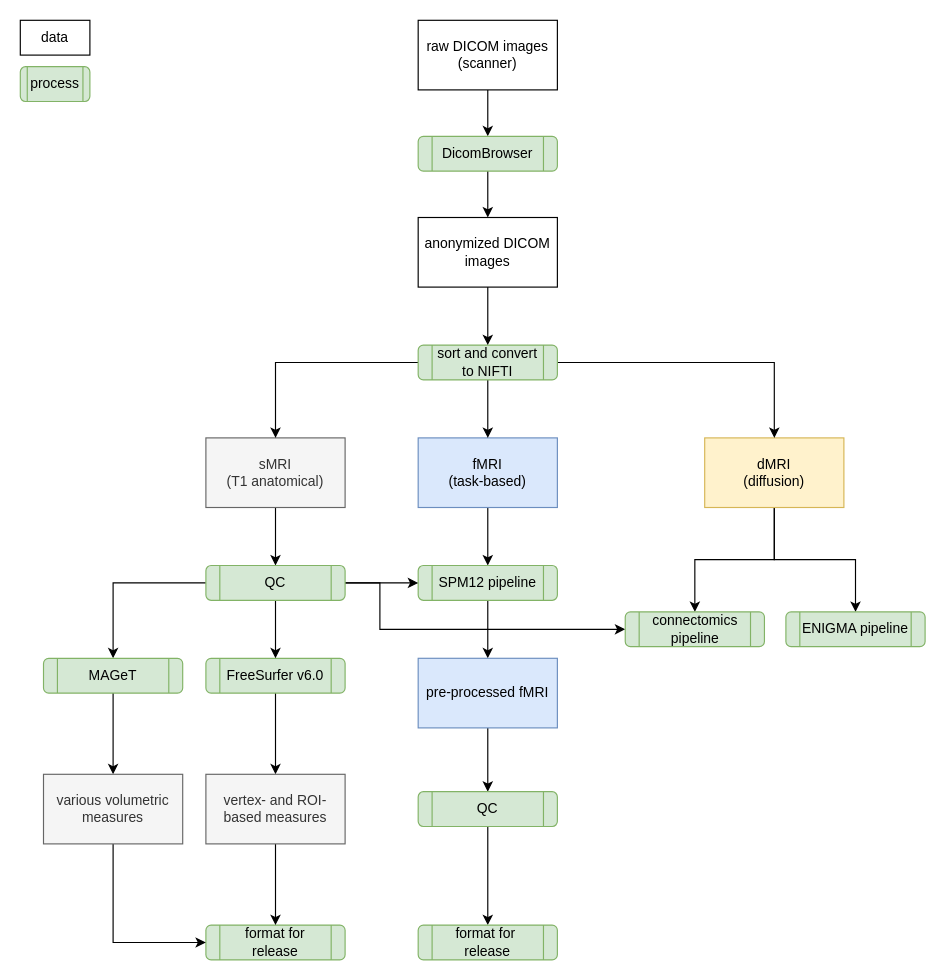
Above: z37.drawio in dcoynel/z37 (draw.io), before the change. Source tidied: cells renumbered, new cells numbered last; positions are measured from the earlier drawing's top-left corner, leaving out a move shared by most shapes. Both pictures are drawn from the tidied source at 116%, with x=0, y=0 at pixel (20, 20).
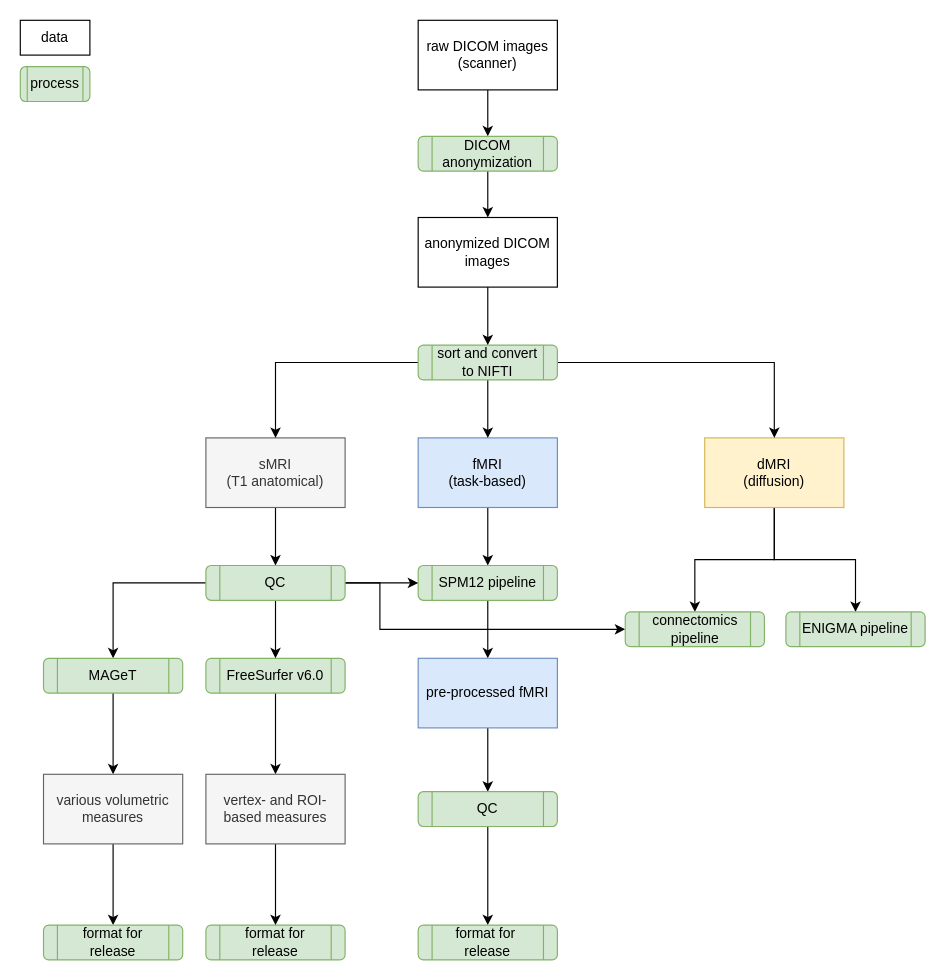
The same page after the edit.

Commit message:
Update z37.drawio - added links to gitlab

Unchanged cells that the change refers to:
```xml
<mxCell id="30" value="format for release" style="shape=process;whiteSpace=wrap;html=1;backgroundOutline=1;rounded=1;shadow=0;glass=0;comic=0;fillColor=#d5e8d4;strokeColor=#82b366;" parent="1" vertex="1">
  <mxGeometry x="160" y="780" width="120" height="30" as="geometry" />
</mxCell>
<mxCell id="43" value="various volumetric measures" style="rounded=0;whiteSpace=wrap;html=1;shadow=0;glass=0;comic=0;fillColor=#f5f5f5;strokeColor=#666666;fontColor=#333333;" parent="1" vertex="1">
  <mxGeometry x="20" y="650" width="120" height="60" as="geometry" />
</mxCell>
```

The edit, as a diff of the source:
```diff
@@
-    <mxCell id="5" value="DicomBrowser" style="shape=process;whiteSpace=wrap;html=1;backgroundOutline=1;rounded=1;shadow=0;glass=0;comic=0;fillColor=#d5e8d4;strokeColor=#82b366;" parent="1" vertex="1">
+    <mxCell id="5" value="DICOM anonymization" style="shape=process;whiteSpace=wrap;html=1;backgroundOutline=1;rounded=1;shadow=0;glass=0;comic=0;fillColor=#d5e8d4;strokeColor=#82b366;" parent="1" vertex="1">
       <mxGeometry x="343" y="100" width="120" height="30" as="geometry" />
     </mxCell>
@@
-    <mxCell id="42" style="edgeStyle=orthogonalEdgeStyle;rounded=0;jettySize=auto;html=1;entryX=0;entryY=0.5;entryDx=0;entryDy=0;" parent="1" edge="1" source="43" target="30">
-      <mxGeometry relative="1" as="geometry">
-        <Array as="points">
-          <mxPoint x="80" y="795" />
-        </Array>
-      </mxGeometry>
-    </mxCell>
+    <mxCell id="44" style="edgeStyle=orthogonalEdgeStyle;rounded=0;jettySize=auto;html=1;" parent="1" edge="1" source="43" target="45">
+      <mxGeometry relative="1" as="geometry" />
+    </mxCell>
@@
+    <mxCell id="45" value="format for release" style="shape=process;whiteSpace=wrap;html=1;backgroundOutline=1;rounded=1;shadow=0;glass=0;comic=0;fillColor=#d5e8d4;strokeColor=#82b366;" parent="1" vertex="1">
+      <mxGeometry x="20" y="780" width="120" height="30" as="geometry" />
+    </mxCell>
```
